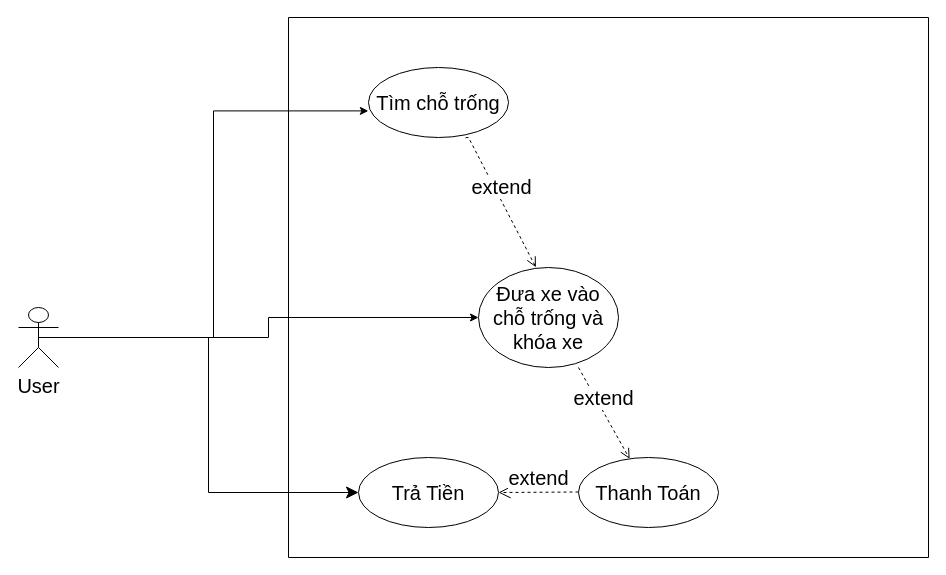
projectas-vnm/project-ITSS keeps this draw.io diagram as tra_xe.drawio. Above is the earlier version. Source tidied: cells renumbered, new cells numbered last; positions are measured from the earlier drawing's top-left corner, leaving out a move shared by most shapes. Both pictures are drawn from the tidied source at 100%, with x=0, y=0 at pixel (18, 17).
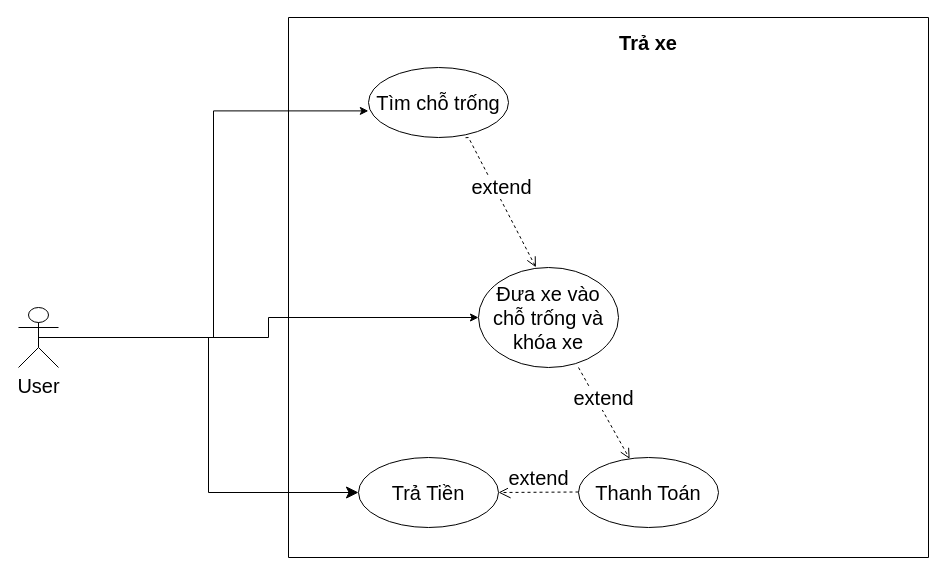
The same page after the edit.

The edit, as a diff of the source:
```diff
@@
 <mxGraphModel>
   <root>
     <mxCell id="0" />
     <mxCell id="1" parent="0" />
     <mxCell id="2" style="swimlane;startSize=0;" parent="1" vertex="1">
       <mxGeometry x="270" width="640" height="540" as="geometry" />
     </mxCell>
     <mxCell id="3" value="Đưa xe vào chỗ trống và khóa xe" style="ellipse;whiteSpace=wrap;html=1;fontSize=20;" parent="2" vertex="1">
       <mxGeometry x="190" y="250" width="140" height="100" as="geometry" />
     </mxCell>
     <mxCell id="4" value="Tìm chỗ trống" style="ellipse;whiteSpace=wrap;html=1;fontSize=20;" parent="2" vertex="1">
       <mxGeometry x="80" y="50" width="140" height="70" as="geometry" />
     </mxCell>
     <mxCell id="5" value="Thanh Toán" style="ellipse;whiteSpace=wrap;html=1;fontSize=20;" parent="2" vertex="1">
       <mxGeometry x="290" y="440" width="140" height="70" as="geometry" />
     </mxCell>
     <mxCell id="6" value="extend" style="html=1;verticalAlign=bottom;endArrow=open;dashed=1;endSize=10;rounded=0;fontSize=20;startSize=9;" parent="2" edge="1">
       <mxGeometry relative="1" as="geometry">
         <mxPoint x="290" y="474.5" as="sourcePoint" />
         <mxPoint x="210" y="475" as="targetPoint" />
       </mxGeometry>
     </mxCell>
     <mxCell id="7" value="Trả Tiền" style="ellipse;whiteSpace=wrap;html=1;fontSize=20;" parent="2" vertex="1">
       <mxGeometry x="70" y="440" width="140" height="70" as="geometry" />
     </mxCell>
     <mxCell id="8" value="extend" style="html=1;verticalAlign=bottom;endArrow=open;dashed=1;endSize=8;rounded=0;fontSize=20;exitX=0.693;exitY=1.003;exitDx=0;exitDy=0;exitPerimeter=0;entryX=0.41;entryY=-0.002;entryDx=0;entryDy=0;entryPerimeter=0;" parent="2" edge="1" source="4" target="3">
       <mxGeometry relative="1" as="geometry">
         <Array as="points">
           <mxPoint x="180" y="120" />
         </Array>
       </mxGeometry>
     </mxCell>
+    <mxCell id="14" value="&lt;b&gt;Trả xe&lt;/b&gt;" style="text;html=1;strokeColor=none;fillColor=none;align=center;verticalAlign=middle;whiteSpace=wrap;rounded=0;fontSize=20;" parent="2" vertex="1">
+      <mxGeometry x="300" y="10" width="120" height="30" as="geometry" />
+    </mxCell>
     <mxCell id="9" style="edgeStyle=orthogonalEdgeStyle;rounded=0;jettySize=auto;html=1;exitX=0.5;exitY=0.5;exitDx=0;exitDy=0;exitPerimeter=0;entryX=-0.001;entryY=0.62;entryDx=0;entryDy=0;entryPerimeter=0;fontSize=20;" parent="1" edge="1" source="12" target="4">
       <mxGeometry relative="1" as="geometry" />
     </mxCell>
     <mxCell id="10" style="edgeStyle=orthogonalEdgeStyle;rounded=0;jettySize=auto;html=1;exitX=0.5;exitY=0.5;exitDx=0;exitDy=0;exitPerimeter=0;entryX=0;entryY=0.5;entryDx=0;entryDy=0;fontSize=20;" parent="1" edge="1" source="12" target="3">
       <mxGeometry relative="1" as="geometry" />
     </mxCell>
     <mxCell id="11" style="edgeStyle=orthogonalEdgeStyle;rounded=0;jettySize=auto;html=1;exitX=0.5;exitY=0.5;exitDx=0;exitDy=0;exitPerimeter=0;entryX=0;entryY=0.5;entryDx=0;entryDy=0;fontSize=20;startSize=9;endSize=10;" parent="1" edge="1" source="12" target="7">
       <mxGeometry relative="1" as="geometry" />
     </mxCell>
     <mxCell id="12" value="User" style="shape=umlActor;verticalLabelPosition=bottom;verticalAlign=top;html=1;fontSize=20;" parent="1" vertex="1">
       <mxGeometry y="290" width="40" height="60" as="geometry" />
     </mxCell>
     <mxCell id="13" value="extend" style="html=1;verticalAlign=bottom;endArrow=open;dashed=1;endSize=8;rounded=0;fontSize=20;" parent="1" edge="1" target="5">
       <mxGeometry relative="1" as="geometry">
         <mxPoint x="560" y="350" as="sourcePoint" />
       </mxGeometry>
     </mxCell>
   </root>
 </mxGraphModel>
```
